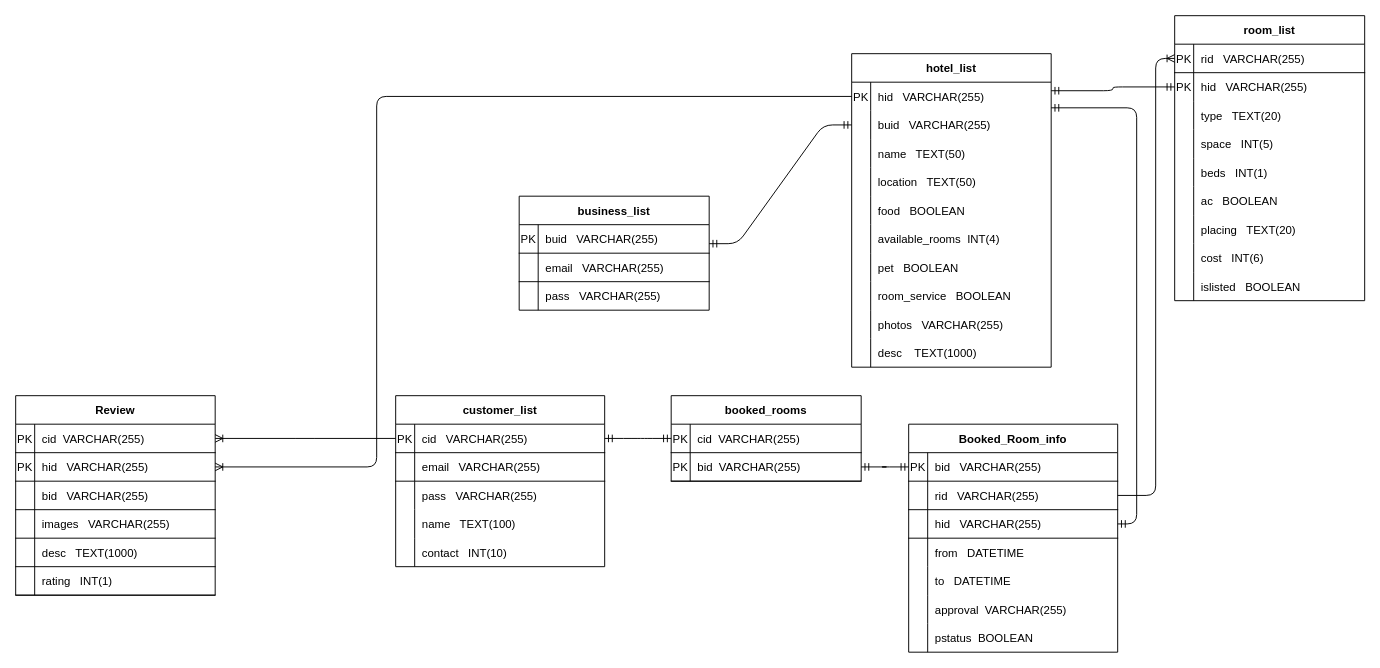
Before: UPDATED_ERD_SCHEMA.drawio in PCMasterRace007/ER, a draw.io diagram. Source tidied: cells renumbered, new cells numbered last; positions are measured from the earlier drawing's top-left corner, leaving out a move shared by most shapes. Both pictures are drawn from the tidied source at 95%, with x=0, y=0 at pixel (15, 15).
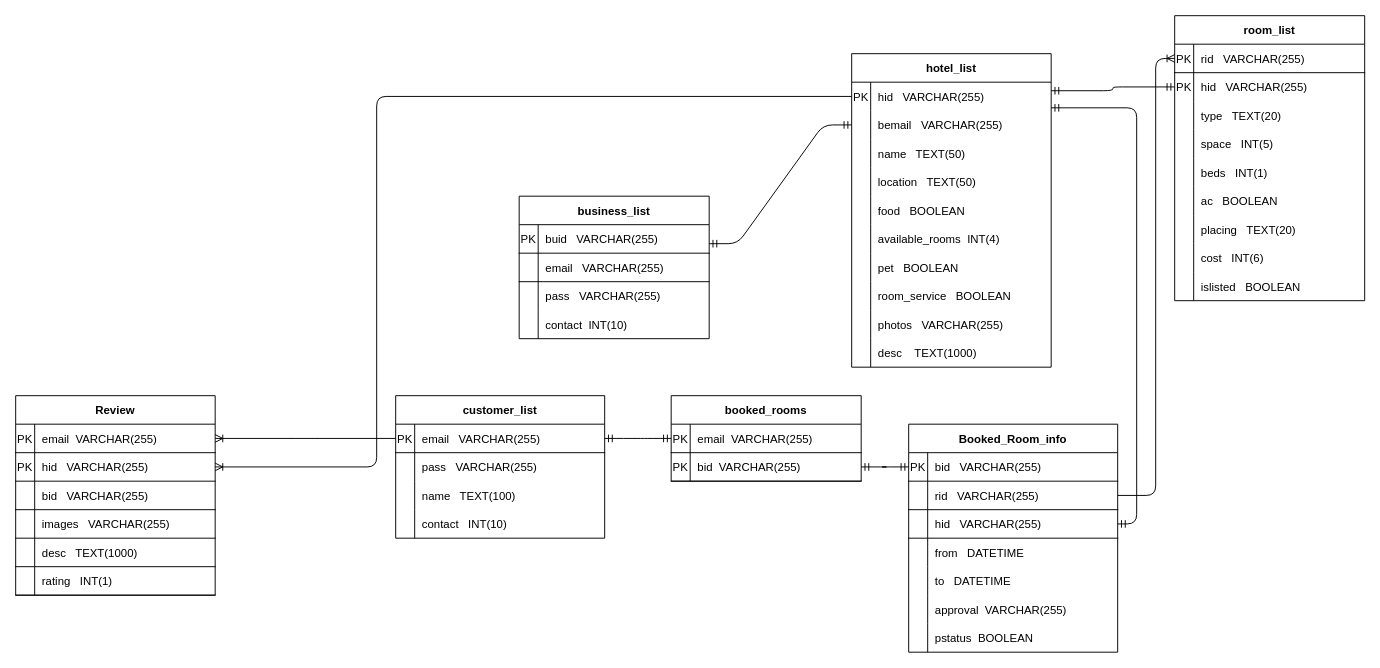
The same page after the edit.

The change refers to these unchanged cells:
```xml
<mxCell id="6" style="shape=partialRectangle;fillColor=none;top=0;left=0;bottom=0;right=0;points=[[0,0.5],[1,0.5]];portConstraint=eastwest;" parent="2" vertex="1">
  <mxGeometry y="60" width="210" height="30" as="geometry" />
</mxCell>
<mxCell id="34" style="shape=partialRectangle;fillColor=none;top=0;left=0;bottom=1;right=0;points=[[0,0.5],[1,0.5]];portConstraint=eastwest;" parent="33" vertex="1">
  <mxGeometry y="30" width="220" height="30" as="geometry" />
</mxCell>
<mxCell id="88" style="shape=partialRectangle;fillColor=none;top=0;left=0;bottom=1;right=0;points=[[0,0.5],[1,0.5]];portConstraint=eastwest;" parent="87" vertex="1">
  <mxGeometry y="30" width="200" height="30" as="geometry" />
</mxCell>
<mxCell id="120" style="shape=partialRectangle;fillColor=none;top=0;left=0;bottom=1;right=0;points=[[0,0.5],[1,0.5]];portConstraint=eastwest;" parent="119" vertex="1">
  <mxGeometry y="30" width="210" height="30" as="geometry" />
</mxCell>
```

Diff of the diagram source:
```diff
@@
-    <mxCell id="8" value="buid   VARCHAR(255)" style="shape=partialRectangle;fillColor=none;top=0;left=0;bottom=0;right=0;align=left;spacingLeft=6;overflow=hidden;" parent="6" vertex="1">
+    <mxCell id="8" value="bemail   VARCHAR(255)" style="shape=partialRectangle;fillColor=none;top=0;left=0;bottom=0;right=0;align=left;spacingLeft=6;overflow=hidden;" parent="6" vertex="1">
       <mxGeometry x="20" width="190" height="30" as="geometry" />
     </mxCell>
@@
     <mxCell id="33" value="customer_list" style="shape=table;startSize=30;childLayout=tableLayout;rowLines=0;fontStyle=1;align=center;" parent="1" vertex="1">
-      <mxGeometry x="400" y="400" width="220" height="180" as="geometry" />
+      <mxGeometry x="400" y="400" width="220" height="150" as="geometry" />
     </mxCell>
@@
-    <mxCell id="36" value="cid   VARCHAR(255)" style="shape=partialRectangle;fillColor=none;top=0;left=0;bottom=0;right=0;align=left;spacingLeft=6;fontStyle=0;overflow=hidden;" parent="34" vertex="1">
+    <mxCell id="36" value="email   VARCHAR(255)" style="shape=partialRectangle;fillColor=none;top=0;left=0;bottom=0;right=0;align=left;spacingLeft=6;fontStyle=0;overflow=hidden;" parent="34" vertex="1">
       <mxGeometry x="20" width="200" height="30" as="geometry" />
     </mxCell>
-    <mxCell id="37" style="shape=partialRectangle;fillColor=none;top=0;left=0;bottom=1;right=0;" parent="33" vertex="1">
-      <mxGeometry y="60" width="220" height="30" as="geometry" />
-    </mxCell>
-    <mxCell id="38" style="shape=partialRectangle;fillColor=none;top=0;left=0;bottom=0;right=0;fontStyle=0;overflow=hidden;" parent="37" vertex="1">
-      <mxGeometry width="20" height="30" as="geometry" />
-    </mxCell>
-    <mxCell id="39" value="email   VARCHAR(255)" style="shape=partialRectangle;fillColor=none;top=0;left=0;bottom=0;right=0;align=left;spacingLeft=6;fontStyle=0;overflow=hidden;" parent="37" vertex="1">
-      <mxGeometry x="20" width="200" height="30" as="geometry" />
-    </mxCell>
     <mxCell id="40" style="shape=partialRectangle;fillColor=none;top=0;left=0;bottom=0;right=0;" parent="33" vertex="1">
-      <mxGeometry y="90" width="220" height="30" as="geometry" />
+      <mxGeometry y="60" width="220" height="30" as="geometry" />
     </mxCell>
@@
     <mxCell id="43" style="shape=partialRectangle;fillColor=none;top=0;left=0;bottom=0;right=0;" parent="33" vertex="1">
-      <mxGeometry y="120" width="220" height="30" as="geometry" />
+      <mxGeometry y="90" width="220" height="30" as="geometry" />
     </mxCell>
@@
     <mxCell id="46" style="shape=partialRectangle;fillColor=none;top=0;left=0;bottom=0;right=0;" parent="33" vertex="1">
-      <mxGeometry y="150" width="220" height="30" as="geometry" />
+      <mxGeometry y="120" width="220" height="30" as="geometry" />
     </mxCell>
@@
     <mxCell id="49" value="business_list" style="shape=table;startSize=30;childLayout=tableLayout;rowLines=0;fontStyle=1;align=center;" parent="1" vertex="1">
-      <mxGeometry x="530" y="190" width="200" height="120" as="geometry" />
+      <mxGeometry x="530" y="190" width="200" height="150" as="geometry" />
     </mxCell>
@@
+    <mxCell id="143" style="shape=partialRectangle;fillColor=none;top=0;left=0;bottom=0;right=0;" parent="49" vertex="1">
+      <mxGeometry y="120" width="200" height="30" as="geometry" />
+    </mxCell>
+    <mxCell id="144" style="shape=partialRectangle;fillColor=none;top=0;left=0;bottom=0;right=0;overflow=hidden;" parent="143" vertex="1">
+      <mxGeometry width="20" height="30" as="geometry" />
+    </mxCell>
+    <mxCell id="145" value="contact  INT(10)" style="shape=partialRectangle;fillColor=none;top=0;left=0;bottom=0;right=0;align=left;spacingLeft=6;overflow=hidden;" parent="143" vertex="1">
+      <mxGeometry x="20" width="180" height="30" as="geometry" />
+    </mxCell>
@@
-    <mxCell id="90" value="cid  VARCHAR(255)" style="shape=partialRectangle;fillColor=none;top=0;left=0;bottom=0;right=0;align=left;spacingLeft=6;fontStyle=0;overflow=hidden;" parent="88" vertex="1">
+    <mxCell id="90" value="email  VARCHAR(255)" style="shape=partialRectangle;fillColor=none;top=0;left=0;bottom=0;right=0;align=left;spacingLeft=6;fontStyle=0;overflow=hidden;" parent="88" vertex="1">
       <mxGeometry x="20" width="180" height="30" as="geometry" />
     </mxCell>
@@
-    <mxCell id="122" value="cid  VARCHAR(255)" style="shape=partialRectangle;fillColor=none;top=0;left=0;bottom=0;right=0;align=left;spacingLeft=6;fontStyle=0;overflow=hidden;" parent="120" vertex="1">
+    <mxCell id="122" value="email  VARCHAR(255)" style="shape=partialRectangle;fillColor=none;top=0;left=0;bottom=0;right=0;align=left;spacingLeft=6;fontStyle=0;overflow=hidden;" parent="120" vertex="1">
       <mxGeometry x="20" width="190" height="30" as="geometry" />
     </mxCell>
```
